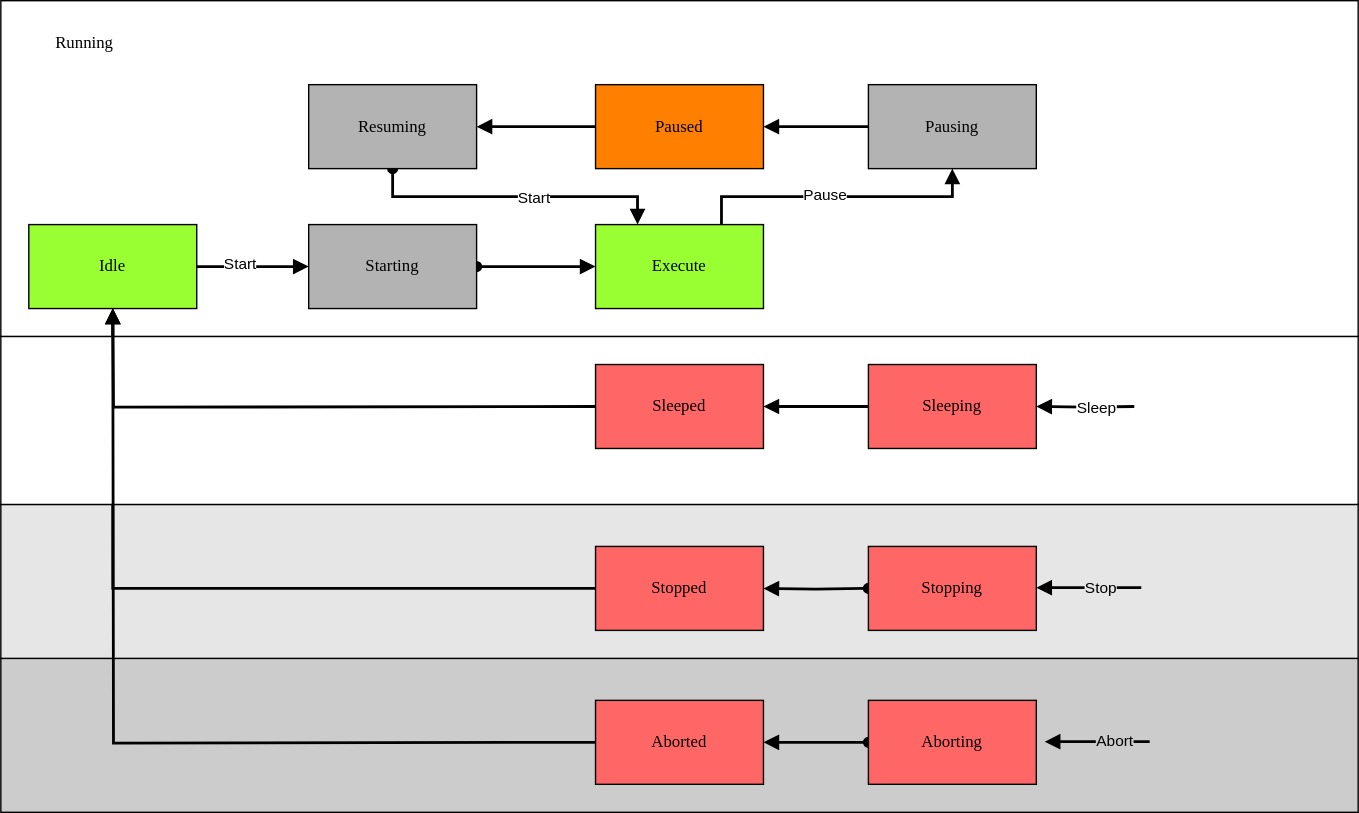
Earlier version of the draw.io export docs/StateMachine.drawio.svg (PeterZerlauth/Tc3_Component). Source tidied: cells renumbered, new cells last; positions are measured from the earlier drawing's top-left corner, leaving out a move shared by most shapes.
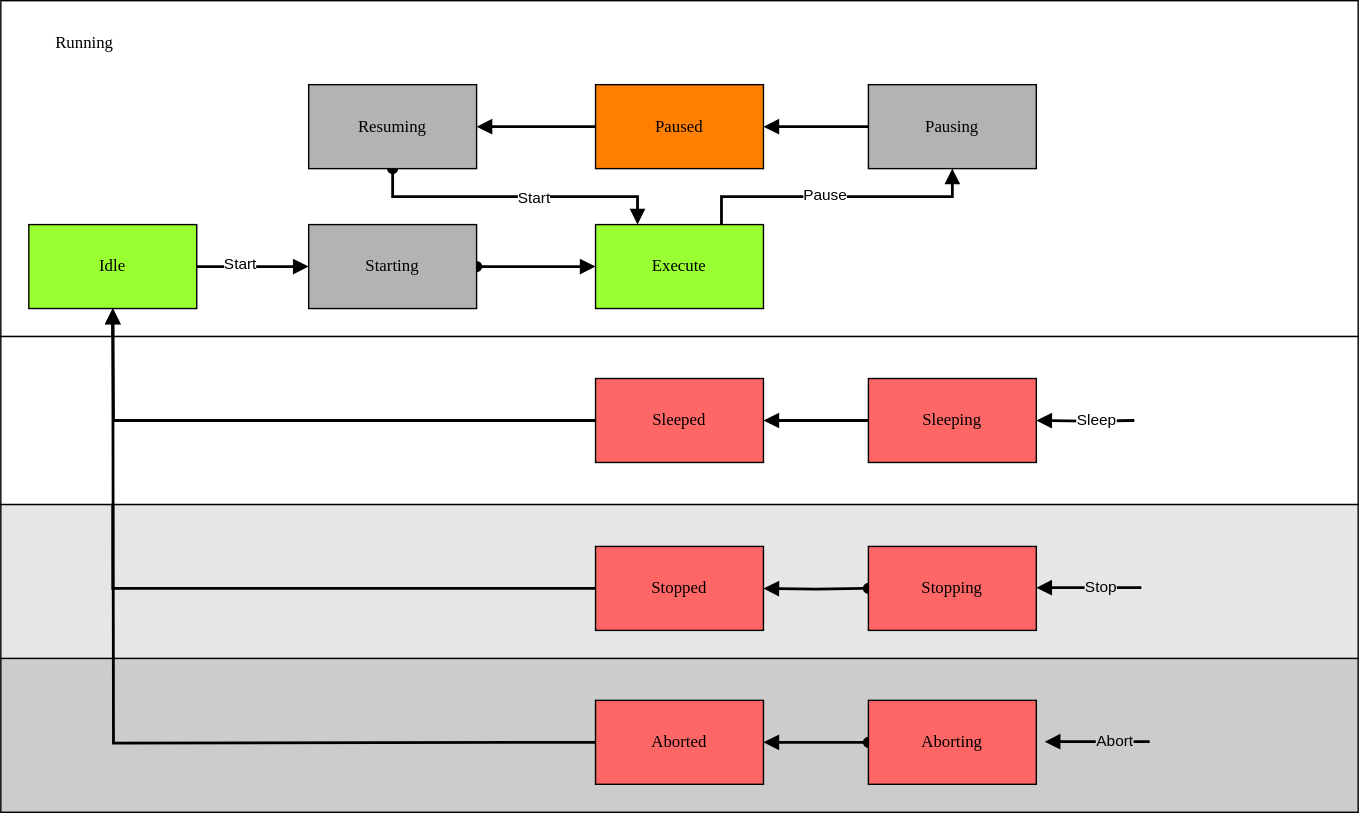
Above is the later version.

What changed in the source:
```diff
@@ -94,7 +94,7 @@
     </mxCell>
     <mxCell id="28" value="Stop" style="edgeLabel;html=1;align=center;verticalAlign=middle;fontFamily=Helvetica;fontSize=11;fontColor=default;labelBackgroundColor=#E6E6E6;" parent="27" vertex="1">
       <mxGeometry x="-0.2" y="3" relative="1" as="geometry">
-        <mxPoint y="-3" as="offset" />
+        <mxPoint y="-4" as="offset" />
       </mxGeometry>
     </mxCell>
     <mxCell id="29" style="edgeStyle=orthogonalEdgeStyle;rounded=0;orthogonalLoop=1;jettySize=auto;html=1;strokeColor=default;align=center;verticalAlign=middle;fontFamily=Helvetica;fontSize=11;fontColor=default;labelBackgroundColor=default;endArrow=block;endFill=1;strokeWidth=2;" parent="1" edge="1">
@@ -115,27 +115,26 @@
       <mxGeometry y="240" width="970" height="120" as="geometry" />
     </mxCell>
     <mxCell id="33" value="Sleeped" style="rounded=0;whiteSpace=wrap;html=1;arcSize=24;fillColor=#FF6666;strokeColor=#000000;shadow=0;comic=0;labelBackgroundColor=none;fontFamily=Verdana;fontSize=12;fontColor=#000000;align=center;" parent="1" vertex="1">
-      <mxGeometry x="425" y="260" width="120" height="60" as="geometry" />
+      <mxGeometry x="425" y="270" width="120" height="60" as="geometry" />
     </mxCell>
     <mxCell id="34" value="Sleeping" style="rounded=0;whiteSpace=wrap;html=1;arcSize=24;fillColor=#FF6666;strokeColor=#000000;shadow=0;comic=0;labelBackgroundColor=none;fontFamily=Verdana;fontSize=12;fontColor=#000000;align=center;" parent="1" vertex="1">
-      <mxGeometry x="620" y="260" width="120" height="60" as="geometry" />
+      <mxGeometry x="620" y="270" width="120" height="60" as="geometry" />
     </mxCell>
     <mxCell id="35" style="edgeStyle=orthogonalEdgeStyle;rounded=0;jettySize=auto;html=1;strokeColor=default;align=center;verticalAlign=middle;fontFamily=Helvetica;fontSize=11;fontColor=default;labelBackgroundColor=default;endArrow=block;endFill=1;strokeWidth=2;entryX=1;entryY=0.5;entryDx=0;entryDy=0;" parent="1" edge="1" target="34">
       <mxGeometry relative="1" as="geometry">
-        <mxPoint x="810" y="290" as="sourcePoint" />
+        <mxPoint x="810" y="300" as="sourcePoint" />
       </mxGeometry>
     </mxCell>
     <mxCell id="36" value="Sleep" style="edgeLabel;html=1;align=center;verticalAlign=middle;fontFamily=Helvetica;fontSize=11;fontColor=default;labelBackgroundColor=#FFFFFF;" parent="35" vertex="1">
       <mxGeometry x="-0.2" y="3" relative="1" as="geometry">
-        <mxPoint y="-3" as="offset" />
+        <mxPoint y="-4" as="offset" />
       </mxGeometry>
     </mxCell>
     <mxCell id="37" style="edgeStyle=orthogonalEdgeStyle;rounded=0;jettySize=auto;html=1;strokeColor=default;align=center;verticalAlign=middle;fontFamily=Helvetica;fontSize=11;fontColor=default;labelBackgroundColor=default;endArrow=block;endFill=1;strokeWidth=2;exitX=0;exitY=0.5;exitDx=0;exitDy=0;entryX=1;entryY=0.5;entryDx=0;entryDy=0;" parent="1" edge="1" source="34" target="33">
       <mxGeometry relative="1" as="geometry" />
     </mxCell>
-    <mxCell id="38" style="edgeStyle=orthogonalEdgeStyle;rounded=0;orthogonalLoop=1;jettySize=auto;html=1;strokeColor=default;align=center;verticalAlign=middle;fontFamily=Helvetica;fontSize=11;fontColor=default;labelBackgroundColor=default;endArrow=block;endFill=1;strokeWidth=2;exitX=0;exitY=0.5;exitDx=0;exitDy=0;" parent="1" edge="1">
+    <mxCell id="38" style="edgeStyle=orthogonalEdgeStyle;rounded=0;jettySize=auto;html=1;strokeColor=default;align=center;verticalAlign=middle;fontFamily=Helvetica;fontSize=11;fontColor=default;labelBackgroundColor=default;endArrow=block;endFill=1;strokeWidth=2;exitX=0;exitY=0.5;exitDx=0;exitDy=0;" parent="1" edge="1" source="33">
       <mxGeometry relative="1" as="geometry">
-        <mxPoint x="425" y="290" as="sourcePoint" />
         <mxPoint x="80" y="220" as="targetPoint" />
       </mxGeometry>
     </mxCell>
```
